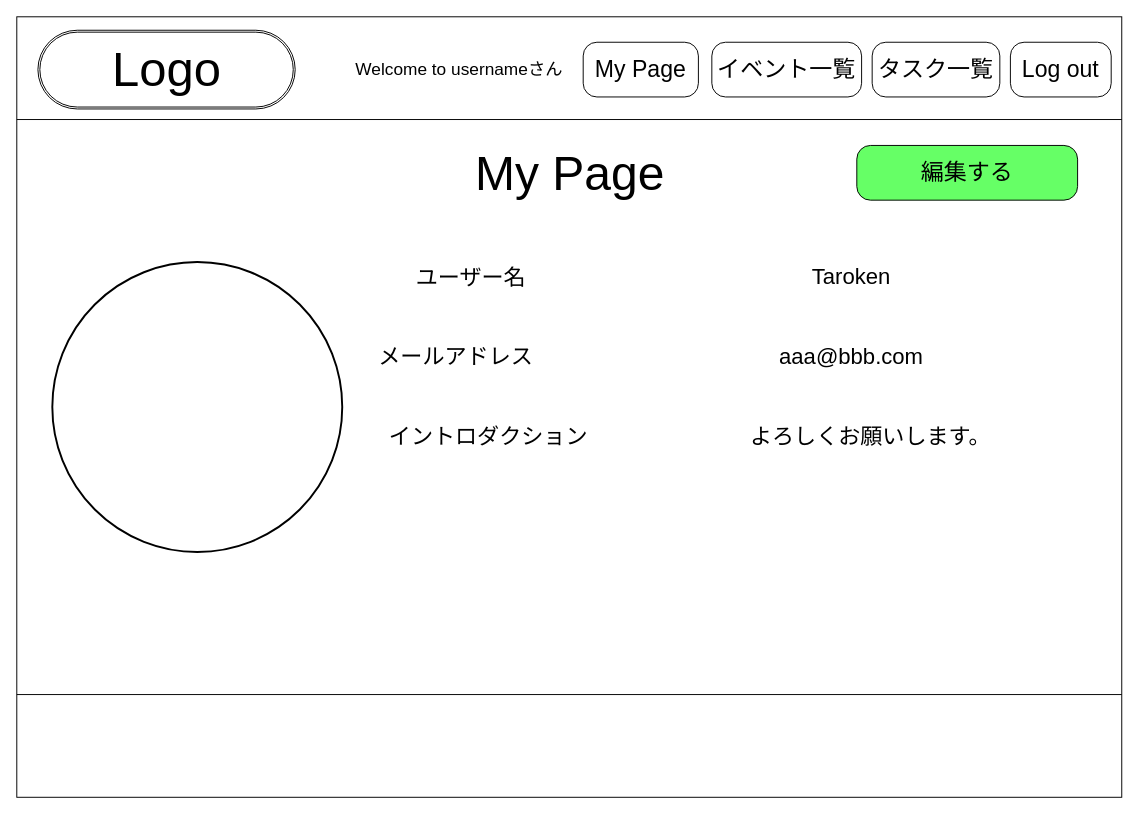
MurapyonCorp/My-Portfolio keeps this draw.io diagram as page "イベント一覧" (7 of 12) of wire flame.drawio. Above is the earlier version. Source tidied: cells renumbered, new cells numbered last; positions are measured from the earlier drawing's top-left corner, leaving out a move shared by most shapes. Both pictures are drawn from the tidied source at 96%, with x=0, y=0 at pixel (16, 16).
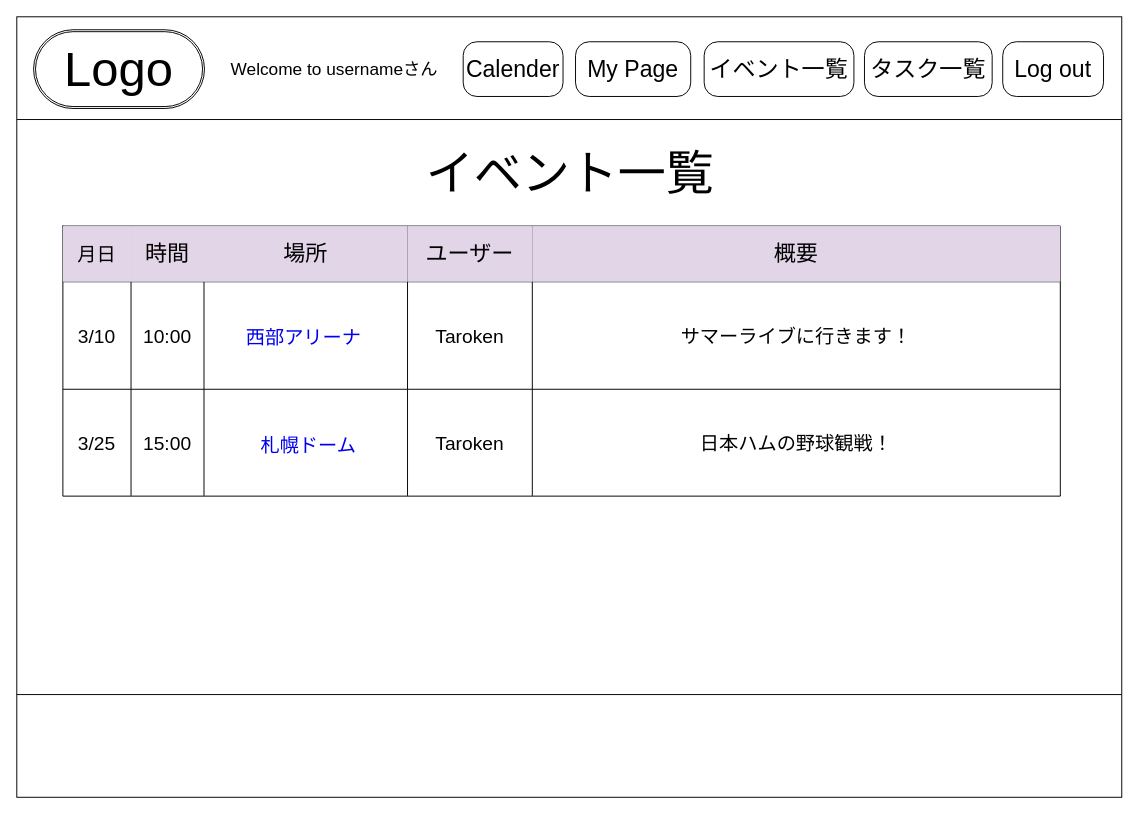
The same diagram, later.

Diff of the diagram source:
```diff
@@
-    <mxCell id="3" style="shape=ext;double=1;rounded=1;whiteSpace=wrap;html=1;strokeColor=#000000;fillColor=none;arcSize=50;" parent="1" vertex="1">
-      <mxGeometry x="22" y="14" width="268" height="82" as="geometry" />
-    </mxCell>
+    <mxCell id="10" value="&lt;font color=&quot;#000000&quot;&gt;イベント一覧&lt;/font&gt;" style="text;html=1;strokeColor=none;fillColor=none;align=center;verticalAlign=middle;whiteSpace=wrap;rounded=0;fontSize=50;" parent="1" vertex="1">
+      <mxGeometry x="402" y="132" width="349" height="61" as="geometry" />
+    </mxCell>
+    <mxCell id="19" style="shape=table;html=1;whiteSpace=wrap;startSize=0;childLayout=tableLayout;fillColor=none;strokeColor=#000000;strokeWidth=1;fontColor=#000000;" parent="1" vertex="1">
+      <mxGeometry x="48" y="218" width="1039" height="281.3" as="geometry" />
+    </mxCell>
+    <mxCell id="20" style="shape=partialRectangle;html=1;whiteSpace=wrap;fillColor=none;top=0;left=0;bottom=0;right=0;fontSize=23;" parent="19" vertex="1">
+      <mxGeometry width="1039" height="58" as="geometry" />
+    </mxCell>
+    <mxCell id="21" value="&lt;font color=&quot;#000000&quot; style=&quot;font-size: 20px&quot;&gt;月日&lt;/font&gt;" style="shape=partialRectangle;html=1;whiteSpace=wrap;top=0;left=0;bottom=0;right=0;overflow=hidden;fillColor=#e1d5e7;strokeWidth=20;strokeColor=#000000;" parent="20" vertex="1">
+      <mxGeometry width="71" height="58" as="geometry" />
+    </mxCell>
+    <mxCell id="22" value="時間" style="shape=partialRectangle;html=1;whiteSpace=wrap;fillColor=#e1d5e7;top=0;left=0;bottom=0;right=0;overflow=hidden;fontSize=23;strokeWidth=20;strokeColor=#000000;fontColor=#000000;" parent="20" vertex="1">
+      <mxGeometry x="71" width="76" height="58" as="geometry" />
+    </mxCell>
+    <mxCell id="23" value="場所" style="shape=partialRectangle;html=1;whiteSpace=wrap;fillColor=#e1d5e7;top=0;left=0;bottom=0;right=0;overflow=hidden;fontSize=23;strokeWidth=20;strokeColor=#000000;fontColor=#000000;" parent="20" vertex="1">
+      <mxGeometry x="147" width="212" height="58" as="geometry" />
+    </mxCell>
+    <mxCell id="24" value="ユーザー" style="shape=partialRectangle;html=1;whiteSpace=wrap;fillColor=#e1d5e7;top=0;left=0;bottom=0;right=0;overflow=hidden;fontSize=23;strokeWidth=20;strokeColor=#000000;fontColor=#000000;" parent="20" vertex="1">
+      <mxGeometry x="359" width="130" height="58" as="geometry" />
+    </mxCell>
+    <mxCell id="25" value="概要" style="shape=partialRectangle;html=1;whiteSpace=wrap;fillColor=#e1d5e7;top=0;left=0;bottom=0;right=0;overflow=hidden;fontSize=23;strokeWidth=20;strokeColor=#000000;fontColor=#000000;" parent="20" vertex="1">
+      <mxGeometry x="489" width="550" height="58" as="geometry" />
+    </mxCell>
+    <mxCell id="26" style="shape=partialRectangle;html=1;whiteSpace=wrap;fillColor=none;top=0;left=0;bottom=0;right=0;" parent="19" vertex="1">
+      <mxGeometry y="58" width="1039" height="112" as="geometry" />
+    </mxCell>
+    <mxCell id="27" value="3/10" style="shape=partialRectangle;html=1;whiteSpace=wrap;fillColor=none;top=0;left=0;bottom=0;right=0;overflow=hidden;fontColor=#000000;fontSize=20;" parent="26" vertex="1">
+      <mxGeometry width="71" height="112" as="geometry" />
+    </mxCell>
+    <mxCell id="28" value="10:00" style="shape=partialRectangle;html=1;whiteSpace=wrap;fillColor=none;top=0;left=0;bottom=0;right=0;overflow=hidden;fontColor=#000000;fontSize=20;" parent="26" vertex="1">
+      <mxGeometry x="71" width="76" height="112" as="geometry" />
+    </mxCell>
+    <mxCell id="29" style="shape=partialRectangle;html=1;whiteSpace=wrap;fillColor=none;top=0;left=0;bottom=0;right=0;overflow=hidden;fontColor=#000000;fontSize=20;" parent="26" vertex="1">
+      <mxGeometry x="147" width="212" height="112" as="geometry" />
+    </mxCell>
+    <mxCell id="30" value="&lt;font&gt;Taroken&lt;/font&gt;" style="shape=partialRectangle;html=1;whiteSpace=wrap;fillColor=none;top=0;left=0;bottom=0;right=0;overflow=hidden;fontSize=20;fontColor=#000000;" parent="26" vertex="1">
+      <mxGeometry x="359" width="130" height="112" as="geometry" />
+    </mxCell>
+    <mxCell id="31" value="サマーライブに行きます！" style="shape=partialRectangle;html=1;whiteSpace=wrap;fillColor=none;top=0;left=0;bottom=0;right=0;overflow=hidden;fontColor=#000000;fontSize=20;" parent="26" vertex="1">
+      <mxGeometry x="489" width="550" height="112" as="geometry" />
+    </mxCell>
+    <mxCell id="32" style="shape=partialRectangle;html=1;whiteSpace=wrap;fillColor=none;top=0;left=0;bottom=0;right=0;" parent="19" vertex="1">
+      <mxGeometry y="170" width="1039" height="111" as="geometry" />
+    </mxCell>
+    <mxCell id="33" value="3/25" style="shape=partialRectangle;html=1;whiteSpace=wrap;fillColor=none;top=0;left=0;bottom=0;right=0;overflow=hidden;fontColor=#000000;fontSize=20;" parent="32" vertex="1">
+      <mxGeometry width="71" height="111" as="geometry" />
+    </mxCell>
+    <mxCell id="34" value="15:00" style="shape=partialRectangle;html=1;whiteSpace=wrap;fillColor=none;top=0;left=0;bottom=0;right=0;overflow=hidden;fontColor=#000000;fontSize=20;" parent="32" vertex="1">
+      <mxGeometry x="71" width="76" height="111" as="geometry" />
+    </mxCell>
+    <mxCell id="35" style="shape=partialRectangle;html=1;whiteSpace=wrap;fillColor=none;top=0;left=0;bottom=0;right=0;overflow=hidden;fontColor=#000000;fontSize=20;" parent="32" vertex="1">
+      <mxGeometry x="147" width="212" height="111" as="geometry" />
+    </mxCell>
+    <mxCell id="36" value="&lt;font&gt;Taroken&lt;/font&gt;" style="shape=partialRectangle;html=1;whiteSpace=wrap;fillColor=none;top=0;left=0;bottom=0;right=0;overflow=hidden;fontSize=20;fontColor=#000000;" parent="32" vertex="1">
+      <mxGeometry x="359" width="130" height="111" as="geometry" />
+    </mxCell>
+    <mxCell id="37" value="日本ハムの野球観戦！" style="shape=partialRectangle;html=1;whiteSpace=wrap;fillColor=none;top=0;left=0;bottom=0;right=0;overflow=hidden;fontColor=#000000;fontSize=20;" parent="32" vertex="1">
+      <mxGeometry x="489" width="550" height="111" as="geometry" />
+    </mxCell>
+    <mxCell id="38" value="西部アリーナ" style="text;html=1;strokeColor=none;fillColor=none;whiteSpace=wrap;align=center;verticalAlign=middle;fontColor=#0000EE;fontStyle=0;fontSize=20;" parent="1" vertex="1">
+      <mxGeometry x="228" y="313" width="142" height="40" as="geometry" />
+    </mxCell>
+    <mxCell id="39" value="札幌ドーム" style="text;html=1;strokeColor=none;fillColor=none;whiteSpace=wrap;align=center;verticalAlign=middle;fontColor=#0000EE;fontStyle=0;fontSize=20;" parent="1" vertex="1">
+      <mxGeometry x="233" y="426" width="142" height="40" as="geometry" />
+    </mxCell>
+    <mxCell id="40" style="shape=ext;double=1;rounded=1;whiteSpace=wrap;html=1;strokeColor=#000000;fillColor=none;arcSize=50;" parent="1" vertex="1">
+      <mxGeometry x="17.5" y="13.5" width="178" height="82" as="geometry" />
+    </mxCell>
     <mxCell id="4" value="&lt;font color=&quot;#000000&quot; style=&quot;font-size: 51px&quot;&gt;Logo&lt;/font&gt;" style="text;html=1;strokeColor=none;fillColor=none;align=center;verticalAlign=middle;whiteSpace=wrap;rounded=0;" parent="1" vertex="1">
-      <mxGeometry x="63.5" y="24.5" width="185" height="61" as="geometry" />
+      <mxGeometry x="14" y="24" width="185" height="61" as="geometry" />
     </mxCell>
     <mxCell id="5" value="&lt;font style=&quot;font-size: 24px&quot; color=&quot;#000000&quot;&gt;イベント一覧&lt;/font&gt;" style="rounded=1;arcSize=25;whiteSpace=wrap;html=1;align=center;strokeColor=#000000;fillColor=none;" parent="1" vertex="1">
-      <mxGeometry x="724" y="26.5" width="156" height="57" as="geometry" />
+      <mxGeometry x="716" y="26" width="156" height="57" as="geometry" />
     </mxCell>
     <mxCell id="6" value="&lt;font style=&quot;font-size: 24px&quot; color=&quot;#000000&quot;&gt;タスク一覧&lt;/font&gt;" style="rounded=1;arcSize=25;whiteSpace=wrap;html=1;align=center;strokeColor=#000000;fillColor=none;" parent="1" vertex="1">
-      <mxGeometry x="891" y="26.5" width="133" height="57" as="geometry" />
+      <mxGeometry x="883" y="26" width="133" height="57" as="geometry" />
     </mxCell>
     <mxCell id="7" value="&lt;font style=&quot;font-size: 24px&quot; color=&quot;#000000&quot;&gt;Log out&lt;/font&gt;" style="rounded=1;arcSize=25;whiteSpace=wrap;html=1;align=center;strokeColor=#000000;fillColor=none;" parent="1" vertex="1">
-      <mxGeometry x="1035" y="26.5" width="105" height="57" as="geometry" />
+      <mxGeometry x="1027" y="26" width="105" height="57" as="geometry" />
     </mxCell>
     <mxCell id="8" value="&lt;font style=&quot;font-size: 24px&quot; color=&quot;#000000&quot;&gt;My Page&lt;/font&gt;" style="rounded=1;arcSize=25;whiteSpace=wrap;html=1;align=center;strokeColor=#000000;fillColor=none;" parent="1" vertex="1">
-      <mxGeometry x="590" y="26.5" width="120" height="57" as="geometry" />
+      <mxGeometry x="582" y="26" width="120" height="57" as="geometry" />
     </mxCell>
     <mxCell id="9" value="&lt;font color=&quot;#000000&quot; style=&quot;font-size: 18px&quot;&gt;Welcome to usernameさん&lt;/font&gt;" style="text;html=1;strokeColor=none;fillColor=none;align=center;verticalAlign=middle;whiteSpace=wrap;rounded=0;" parent="1" vertex="1">
-      <mxGeometry x="343" y="11.5" width="236" height="87" as="geometry" />
+      <mxGeometry x="213" y="11" width="236" height="87" as="geometry" />
     </mxCell>
-    <mxCell id="10" value="&lt;font color=&quot;#000000&quot;&gt;My Page&lt;/font&gt;" style="text;html=1;strokeColor=none;fillColor=none;align=center;verticalAlign=middle;whiteSpace=wrap;rounded=0;fontSize=50;" parent="1" vertex="1">
-      <mxGeometry x="463" y="132" width="227" height="61" as="geometry" />
-    </mxCell>
-    <mxCell id="11" style="ellipse;whiteSpace=wrap;html=1;fontSize=15;fontColor=#0800FF;strokeColor=#000000;strokeWidth=2;gradientColor=none;fillColor=none;" parent="1" vertex="1">
-      <mxGeometry x="37" y="255.5" width="302" height="302" as="geometry" />
-    </mxCell>
-    <mxCell id="12" value="ユーザー名" style="text;strokeColor=none;fillColor=none;align=left;verticalAlign=top;spacingLeft=4;spacingRight=4;overflow=hidden;fontSize=23;fontColor=#000000;" parent="1" vertex="1">
-      <mxGeometry x="410" y="251" width="132" height="40" as="geometry" />
-    </mxCell>
-    <mxCell id="13" value="イントロダクション" style="text;strokeColor=none;fillColor=none;align=left;verticalAlign=top;spacingLeft=4;spacingRight=4;overflow=hidden;fontSize=23;fontColor=#000000;" parent="1" vertex="1">
-      <mxGeometry x="382" y="417" width="222" height="40" as="geometry" />
-    </mxCell>
-    <mxCell id="14" value="メールアドレス" style="text;strokeColor=none;fillColor=none;align=left;verticalAlign=top;spacingLeft=4;spacingRight=4;overflow=hidden;fontSize=23;fontColor=#000000;" parent="1" vertex="1">
-      <mxGeometry x="371" y="333.5" width="171" height="40" as="geometry" />
-    </mxCell>
-    <mxCell id="15" value="&lt;font color=&quot;#000000&quot;&gt;Taroken&lt;/font&gt;" style="text;html=1;strokeColor=none;fillColor=none;align=center;verticalAlign=middle;whiteSpace=wrap;rounded=0;fontSize=23;" parent="1" vertex="1">
-      <mxGeometry x="756" y="240.5" width="227" height="61" as="geometry" />
-    </mxCell>
-    <mxCell id="16" value="&lt;font color=&quot;#000000&quot;&gt;aaa@bbb.com&lt;/font&gt;" style="text;html=1;strokeColor=none;fillColor=none;align=center;verticalAlign=middle;whiteSpace=wrap;rounded=0;fontSize=23;" parent="1" vertex="1">
-      <mxGeometry x="756" y="323" width="227" height="61" as="geometry" />
-    </mxCell>
-    <mxCell id="17" value="&lt;font color=&quot;#000000&quot;&gt;よろしくお願いします。&lt;/font&gt;" style="text;html=1;strokeColor=none;fillColor=none;align=center;verticalAlign=middle;whiteSpace=wrap;rounded=0;fontSize=23;" parent="1" vertex="1">
-      <mxGeometry x="756" y="406.5" width="267" height="61" as="geometry" />
-    </mxCell>
-    <mxCell id="18" value="&lt;font color=&quot;#000000&quot;&gt;&lt;span style=&quot;font-size: 24px&quot;&gt;編集する&lt;/span&gt;&lt;/font&gt;" style="rounded=1;arcSize=25;whiteSpace=wrap;html=1;align=center;strokeColor=#000000;fillColor=#66FF66;" parent="1" vertex="1">
-      <mxGeometry x="875" y="134" width="230" height="57" as="geometry" />
-    </mxCell>
+    <mxCell id="41" value="&lt;font color=&quot;#000000&quot;&gt;&lt;span style=&quot;font-size: 24px&quot;&gt;Calender&lt;/span&gt;&lt;/font&gt;" style="rounded=1;arcSize=25;whiteSpace=wrap;html=1;align=center;strokeColor=#000000;fillColor=none;" parent="1" vertex="1">
+      <mxGeometry x="465" y="26" width="104" height="57" as="geometry" />
+    </mxCell>
```
